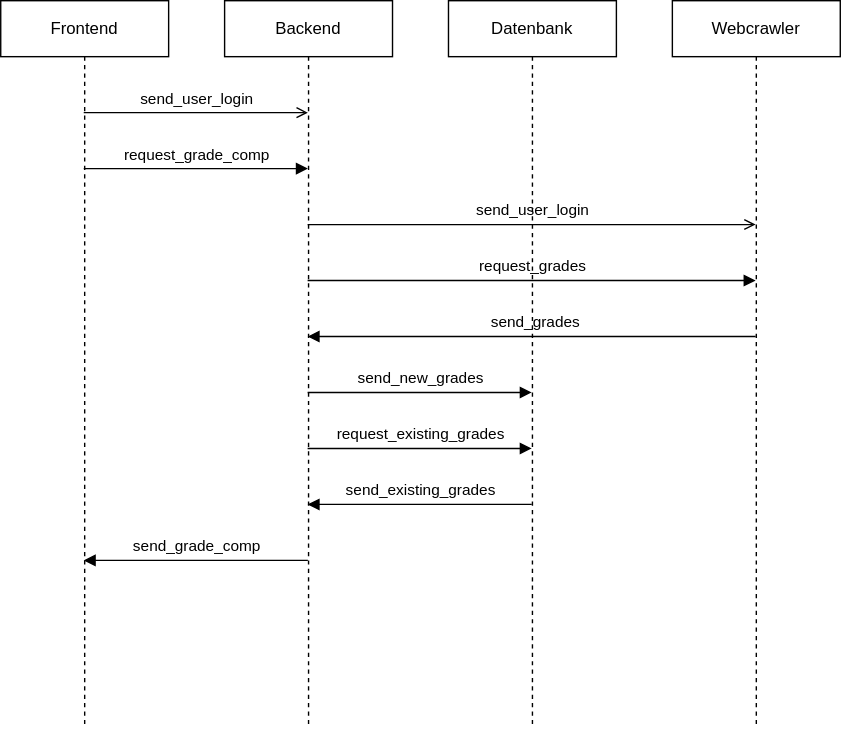
Earlier version of the draw.io export sequenzdiagramm.drawio.svg (dhbw-stuttgart-webengineering/programmentwurf-gruppe-1). Source tidied: cells renumbered, new cells last; positions are measured from the earlier drawing's top-left corner, leaving out a move shared by most shapes. The source it was exported from:
```xml
<mxGraphModel>
  <root>
    <mxCell id="0" />
    <mxCell id="1" parent="0" />
    <mxCell id="2" value="send_user_login" style="edgeStyle=none;html=1;rounded=0;endArrow=open;endFill=0;" parent="1" edge="1" source="4" target="10">
      <mxGeometry x="0.01" y="10" relative="1" as="geometry">
        <Array as="points">
          <mxPoint x="140" y="80" />
        </Array>
      </mxGeometry>
    </mxCell>
    <mxCell id="3" value="request_grade_comp" style="edgeStyle=none;html=1;fontFamily=Helvetica;endArrow=block;endFill=1;" parent="1" edge="1" source="4" target="10">
      <mxGeometry x="0.01" y="10" relative="1" as="geometry">
        <Array as="points">
          <mxPoint x="140" y="120" />
        </Array>
      </mxGeometry>
    </mxCell>
    <mxCell id="4" value="Frontend" style="shape=umlLifeline;perimeter=lifelinePerimeter;whiteSpace=wrap;html=1;outlineConnect=0;rounded=0;" parent="1" vertex="1">
      <mxGeometry width="120" height="520" as="geometry" />
    </mxCell>
    <mxCell id="5" value="send_new_grades" style="edgeStyle=none;html=1;endArrow=block;endFill=1;rounded=0;" parent="1" edge="1" source="10" target="14">
      <mxGeometry x="0.01" y="10" relative="1" as="geometry">
        <Array as="points">
          <mxPoint x="300" y="280" />
        </Array>
      </mxGeometry>
    </mxCell>
    <mxCell id="6" value="request_existing_grades" style="edgeStyle=none;html=1;fontFamily=Helvetica;endArrow=block;endFill=1;" parent="1" edge="1" source="10" target="14">
      <mxGeometry x="0.01" y="10" relative="1" as="geometry">
        <Array as="points">
          <mxPoint x="300" y="320" />
        </Array>
      </mxGeometry>
    </mxCell>
    <mxCell id="7" value="send_user_login" style="edgeStyle=none;html=1;fontFamily=Helvetica;endArrow=open;endFill=0;" parent="1" edge="1" source="10" target="12">
      <mxGeometry y="10" relative="1" as="geometry">
        <Array as="points">
          <mxPoint x="370" y="160" />
        </Array>
      </mxGeometry>
    </mxCell>
    <mxCell id="8" value="request_grades" style="edgeStyle=none;html=1;fontFamily=Helvetica;endArrow=block;endFill=1;" parent="1" edge="1" source="10" target="12">
      <mxGeometry y="10" relative="1" as="geometry">
        <Array as="points">
          <mxPoint x="380" y="200" />
        </Array>
      </mxGeometry>
    </mxCell>
    <mxCell id="9" value="send_grade_comp" style="edgeStyle=none;html=1;fontFamily=Helvetica;endArrow=block;endFill=1;" parent="1" edge="1" source="10" target="4">
      <mxGeometry x="-0.01" y="-10" relative="1" as="geometry">
        <Array as="points">
          <mxPoint x="130" y="400" />
        </Array>
      </mxGeometry>
    </mxCell>
    <mxCell id="10" value="Backend" style="shape=umlLifeline;perimeter=lifelinePerimeter;whiteSpace=wrap;html=1;outlineConnect=0;rounded=0;" parent="1" vertex="1">
      <mxGeometry x="160" width="120" height="520" as="geometry" />
    </mxCell>
    <mxCell id="11" value="send_grades" style="edgeStyle=none;html=1;rounded=0;endArrow=block;endFill=1;" parent="1" edge="1" source="12" target="10">
      <mxGeometry x="-0.01" y="-10" relative="1" as="geometry">
        <Array as="points">
          <mxPoint x="390" y="240" />
        </Array>
        <mxPoint x="1" as="offset" />
      </mxGeometry>
    </mxCell>
    <mxCell id="12" value="Webcrawler" style="shape=umlLifeline;perimeter=lifelinePerimeter;whiteSpace=wrap;html=1;outlineConnect=0;rounded=0;" parent="1" vertex="1">
      <mxGeometry x="480" width="120" height="520" as="geometry" />
    </mxCell>
    <mxCell id="13" value="send_existing_grades" style="edgeStyle=none;html=1;fontFamily=Helvetica;endArrow=block;endFill=1;" parent="1" edge="1" source="14" target="10">
      <mxGeometry y="-10" relative="1" as="geometry">
        <Array as="points">
          <mxPoint x="300" y="360" />
        </Array>
      </mxGeometry>
    </mxCell>
    <mxCell id="14" value="Datenbank" style="shape=umlLifeline;perimeter=lifelinePerimeter;whiteSpace=wrap;html=1;outlineConnect=0;rounded=0;" parent="1" vertex="1">
      <mxGeometry x="320" width="120" height="520" as="geometry" />
    </mxCell>
  </root>
</mxGraphModel>
```
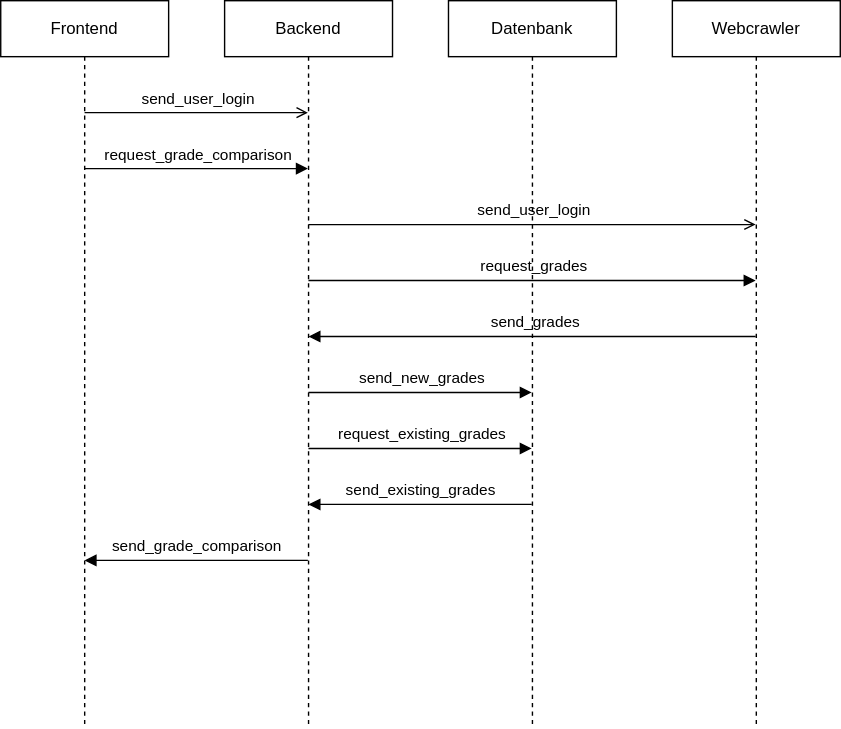
Above is the later version.

Diff of the diagram source:
```diff
@@ -9,7 +9,7 @@
         </Array>
       </mxGeometry>
     </mxCell>
-    <mxCell id="3" value="request_grade_comp" style="edgeStyle=none;html=1;fontFamily=Helvetica;endArrow=block;endFill=1;" parent="1" edge="1" source="4" target="10">
+    <mxCell id="3" value="request_grade_comparison" style="edgeStyle=none;html=1;fontFamily=Helvetica;endArrow=block;endFill=1;" parent="1" edge="1" source="4" target="10">
       <mxGeometry x="0.01" y="10" relative="1" as="geometry">
         <Array as="points">
           <mxPoint x="140" y="120" />
@@ -47,7 +47,7 @@
         </Array>
       </mxGeometry>
     </mxCell>
-    <mxCell id="9" value="send_grade_comp" style="edgeStyle=none;html=1;fontFamily=Helvetica;endArrow=block;endFill=1;" parent="1" edge="1" source="10" target="4">
+    <mxCell id="9" value="send_grade_comparison" style="edgeStyle=none;html=1;fontFamily=Helvetica;endArrow=block;endFill=1;" parent="1" edge="1" source="10" target="4">
       <mxGeometry x="-0.01" y="-10" relative="1" as="geometry">
         <Array as="points">
           <mxPoint x="130" y="400" />
```
